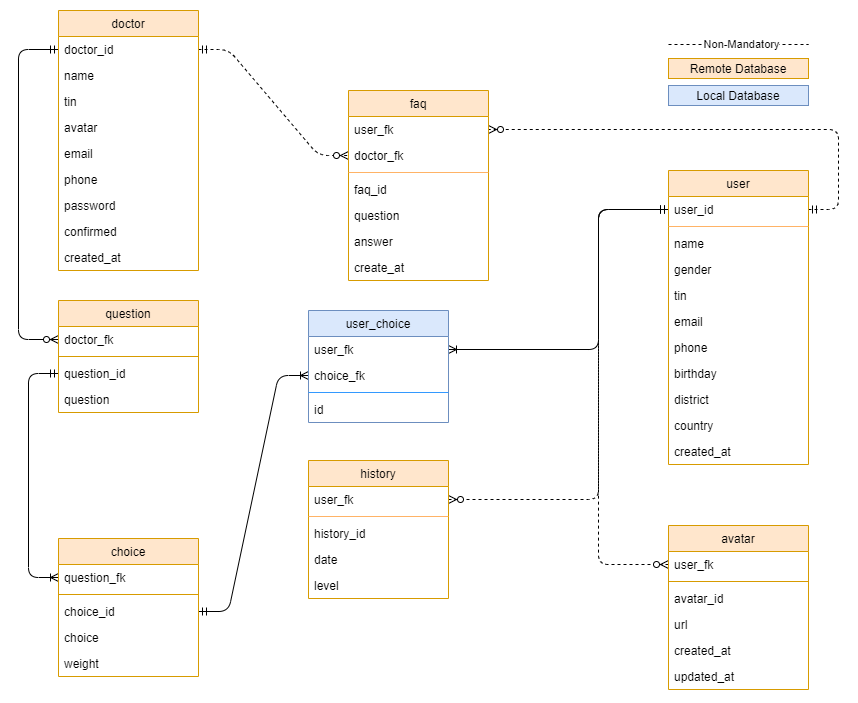
Before: documentation/draw-er_model.png, a diagram exported from draw.io (agostinhoramos/Testing_COVID_19). Source tidied: cells renumbered, new cells last; positions are measured from the earlier drawing's top-left corner, leaving out a move shared by most shapes.
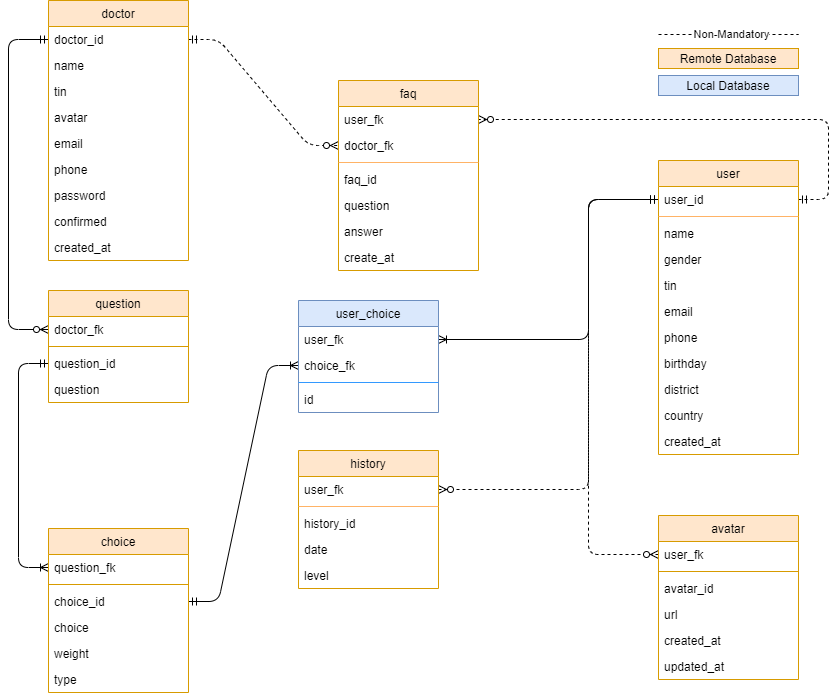
The same file after the commit.

What changed in the source:
```diff
@@ -98,7 +98,7 @@
       <mxGeometry y="164" width="140" height="26" as="geometry" />
     </mxCell>
     <mxCell id="27" value="choice" style="swimlane;fontStyle=0;horizontal=1;startSize=26;fillColor=#ffe6cc;strokeColor=#d79b00;" parent="1" vertex="1">
-      <mxGeometry x="40" y="528" width="140" height="138" as="geometry" />
+      <mxGeometry x="40" y="528" width="140" height="164" as="geometry" />
     </mxCell>
     <mxCell id="28" value="question_fk" style="text;strokeColor=none;fillColor=none;align=left;verticalAlign=top;spacingLeft=4;spacingRight=4;overflow=hidden;points=[[0,0.5],[1,0.5]];portConstraint=eastwest;" parent="27" vertex="1">
       <mxGeometry y="26" width="140" height="26" as="geometry" />
@@ -115,6 +115,9 @@
     <mxCell id="32" value="weight" style="text;strokeColor=none;fillColor=none;align=left;verticalAlign=top;spacingLeft=4;spacingRight=4;overflow=hidden;" parent="27" vertex="1">
       <mxGeometry y="112" width="140" height="26" as="geometry" />
     </mxCell>
+    <mxCell id="73" value="type" style="text;strokeColor=none;fillColor=none;align=left;verticalAlign=top;spacingLeft=4;spacingRight=4;overflow=hidden;" parent="27" vertex="1">
+      <mxGeometry y="138" width="140" height="26" as="geometry" />
+    </mxCell>
     <mxCell id="33" value="user_choice" style="swimlane;fontStyle=0;horizontal=1;startSize=26;fillColor=#dae8fc;strokeColor=#6c8ebf;" parent="1" vertex="1">
       <mxGeometry x="290" y="300" width="140" height="112" as="geometry" />
     </mxCell>
```
